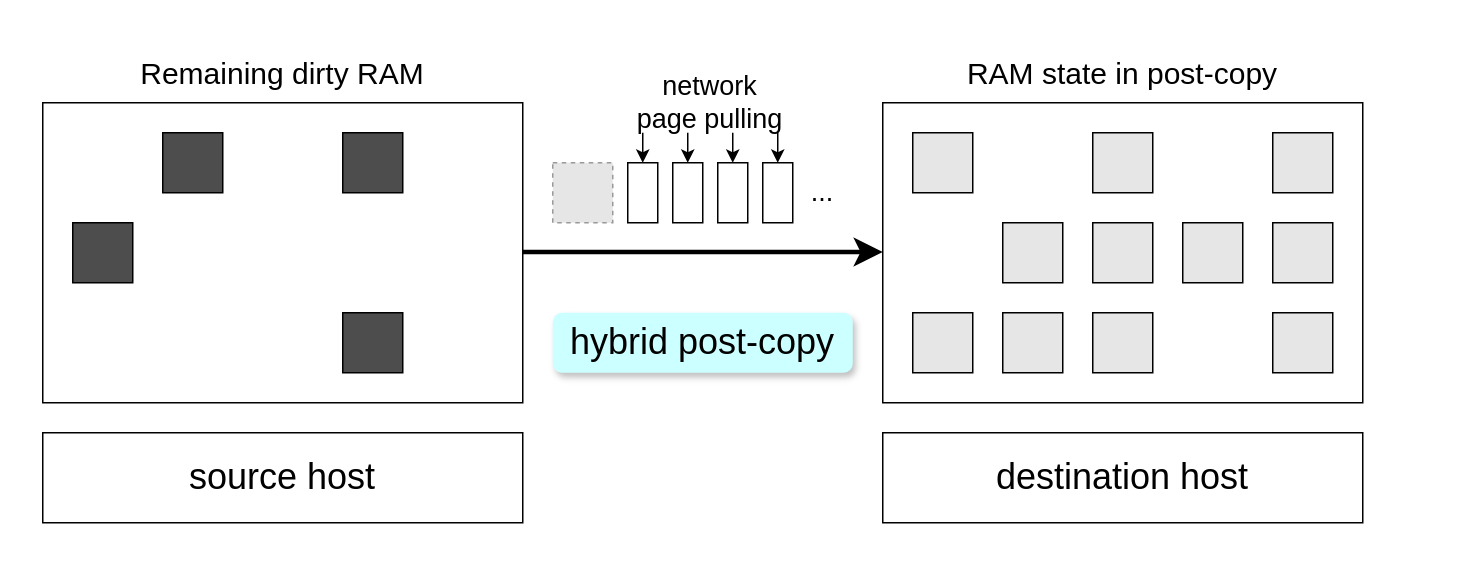
Earlier version of the draw.io diagram final/postcopy vm partition.drawio (xuyizhe1999/drawio). Source tidied: cells renumbered, new cells numbered last; positions are measured from the earlier drawing's top-left corner, leaving out a move shared by most shapes. Both pictures are drawn from the tidied source at 150%, with x=0, y=0 at pixel (42, 42). Pictures stored in the file or linked from it are replaced by grey dashed boxes.
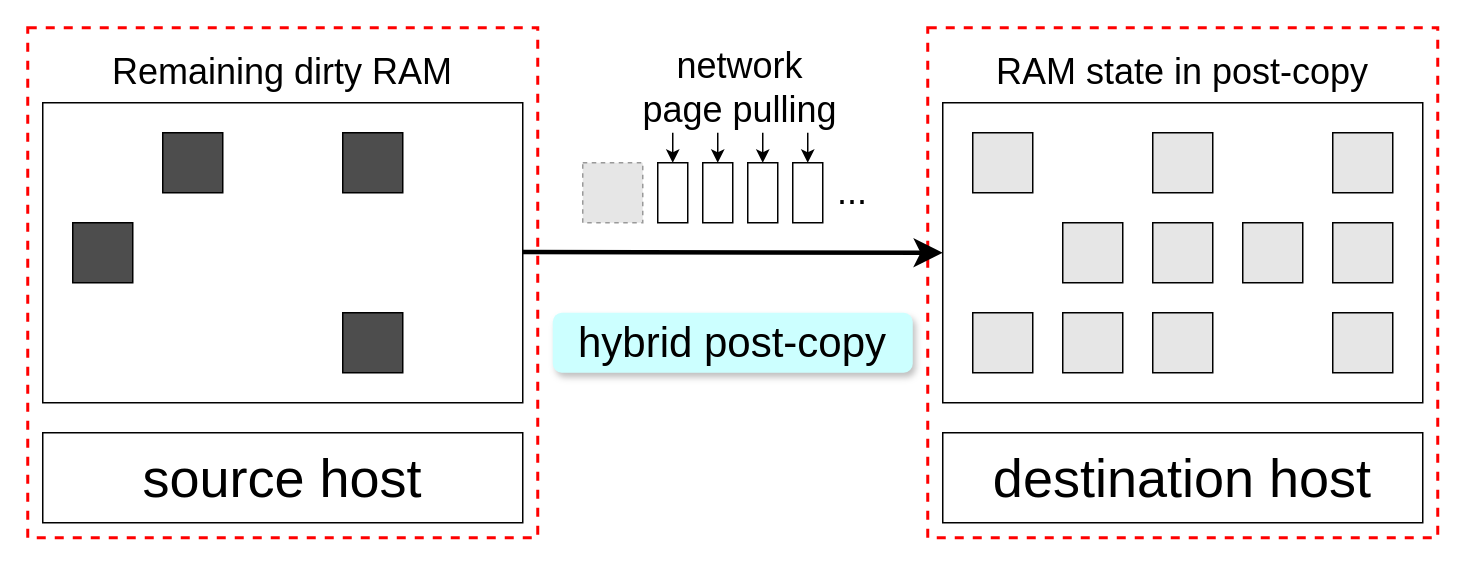
After the change.

The edit, as a diff of the source:
```diff
@@
+    <mxCell id="36" style="rounded=0;whiteSpace=wrap;html=1;fillColor=none;dashed=1;strokeWidth=2;strokeColor=#FF0000;" parent="1" vertex="1">
+      <mxGeometry x="590" y="-10" width="340" height="340" as="geometry" />
+    </mxCell>
+    <mxCell id="37" style="rounded=0;whiteSpace=wrap;html=1;fillColor=none;dashed=1;strokeWidth=2;strokeColor=#FF0000;" parent="1" vertex="1">
+      <mxGeometry x="-10" y="-10" width="340" height="340" as="geometry" />
+    </mxCell>
@@
-    <mxCell id="7" value="&lt;font style=&quot;font-size: 24px;&quot;&gt;source host&lt;/font&gt;" style="rounded=0;whiteSpace=wrap;html=1;" parent="1" vertex="1">
+    <mxCell id="7" value="&lt;font style=&quot;font-size: 36px;&quot;&gt;source host&lt;/font&gt;" style="rounded=0;whiteSpace=wrap;html=1;" parent="1" vertex="1">
       <mxGeometry y="260" width="320" height="60" as="geometry" />
     </mxCell>
-    <mxCell id="8" value="&lt;span style=&quot;font-size: 20px;&quot;&gt;Remaining dirty RAM&lt;/span&gt;" style="text;html=1;strokeColor=none;fillColor=none;align=center;verticalAlign=middle;whiteSpace=wrap;rounded=0;" parent="1" vertex="1">
+    <mxCell id="8" value="&lt;font style=&quot;font-size: 24px;&quot;&gt;Remaining dirty RAM&lt;/font&gt;" style="text;html=1;strokeColor=none;fillColor=none;align=center;verticalAlign=middle;whiteSpace=wrap;rounded=0;" parent="1" vertex="1">
       <mxGeometry width="320" height="40" as="geometry" />
     </mxCell>
-    <mxCell id="9" style="edgeStyle=orthogonalEdgeStyle;rounded=0;orthogonalLoop=1;jettySize=auto;html=1;exitX=1;exitY=0.5;exitDx=0;exitDy=0;entryX=0;entryY=0.5;entryDx=0;entryDy=0;endSize=10;startSize=10;strokeWidth=3;" parent="1" edge="1">
+    <mxCell id="9" style="edgeStyle=orthogonalEdgeStyle;rounded=0;jettySize=auto;html=1;exitX=1;exitY=0.5;exitDx=0;exitDy=0;entryX=0;entryY=0.5;entryDx=0;entryDy=0;endSize=10;startSize=10;strokeWidth=3;" parent="1" edge="1" target="10">
       <mxGeometry relative="1" as="geometry">
         <mxPoint x="320" y="139.5" as="sourcePoint" />
-        <mxPoint x="560" y="139.5" as="targetPoint" />
       </mxGeometry>
     </mxCell>
     <mxCell id="10" style="rounded=0;whiteSpace=wrap;html=1;" parent="1" vertex="1">
-      <mxGeometry x="560" y="40" width="320" height="200" as="geometry" />
+      <mxGeometry x="600" y="40" width="320" height="200" as="geometry" />
     </mxCell>
     <mxCell id="11" style="rounded=0;whiteSpace=wrap;html=1;fillColor=#E6E6E6;" parent="1" vertex="1">
-      <mxGeometry x="580" y="60" width="40" height="40" as="geometry" />
+      <mxGeometry x="620" y="60" width="40" height="40" as="geometry" />
     </mxCell>
     <mxCell id="12" style="rounded=0;whiteSpace=wrap;html=1;fillColor=#E6E6E6;" parent="1" vertex="1">
-      <mxGeometry x="700" y="60" width="40" height="40" as="geometry" />
+      <mxGeometry x="740" y="60" width="40" height="40" as="geometry" />
     </mxCell>
     <mxCell id="13" style="rounded=0;whiteSpace=wrap;html=1;fillColor=#E6E6E6;" parent="1" vertex="1">
-      <mxGeometry x="820" y="60" width="40" height="40" as="geometry" />
+      <mxGeometry x="860" y="60" width="40" height="40" as="geometry" />
     </mxCell>
     <mxCell id="14" style="rounded=0;whiteSpace=wrap;html=1;fillColor=#E6E6E6;" parent="1" vertex="1">
-      <mxGeometry x="640" y="120" width="40" height="40" as="geometry" />
+      <mxGeometry x="680" y="120" width="40" height="40" as="geometry" />
     </mxCell>
     <mxCell id="15" style="rounded=0;whiteSpace=wrap;html=1;fillColor=#E6E6E6;" parent="1" vertex="1">
-      <mxGeometry x="700" y="120" width="40" height="40" as="geometry" />
+      <mxGeometry x="740" y="120" width="40" height="40" as="geometry" />
     </mxCell>
     <mxCell id="16" style="rounded=0;whiteSpace=wrap;html=1;fillColor=#E6E6E6;" parent="1" vertex="1">
-      <mxGeometry x="760" y="120" width="40" height="40" as="geometry" />
+      <mxGeometry x="800" y="120" width="40" height="40" as="geometry" />
     </mxCell>
     <mxCell id="17" style="rounded=0;whiteSpace=wrap;html=1;fillColor=#E6E6E6;" parent="1" vertex="1">
-      <mxGeometry x="820" y="120" width="40" height="40" as="geometry" />
+      <mxGeometry x="860" y="120" width="40" height="40" as="geometry" />
     </mxCell>
     <mxCell id="18" style="rounded=0;whiteSpace=wrap;html=1;fillColor=#E6E6E6;" parent="1" vertex="1">
-      <mxGeometry x="580" y="180" width="40" height="40" as="geometry" />
+      <mxGeometry x="620" y="180" width="40" height="40" as="geometry" />
     </mxCell>
     <mxCell id="19" style="rounded=0;whiteSpace=wrap;html=1;fillColor=#E6E6E6;" parent="1" vertex="1">
-      <mxGeometry x="640" y="180" width="40" height="40" as="geometry" />
+      <mxGeometry x="680" y="180" width="40" height="40" as="geometry" />
     </mxCell>
     <mxCell id="20" style="rounded=0;whiteSpace=wrap;html=1;fillColor=#E6E6E6;" parent="1" vertex="1">
-      <mxGeometry x="700" y="180" width="40" height="40" as="geometry" />
+      <mxGeometry x="740" y="180" width="40" height="40" as="geometry" />
     </mxCell>
     <mxCell id="21" style="rounded=0;whiteSpace=wrap;html=1;fillColor=#E6E6E6;" parent="1" vertex="1">
-      <mxGeometry x="820" y="180" width="40" height="40" as="geometry" />
+      <mxGeometry x="860" y="180" width="40" height="40" as="geometry" />
     </mxCell>
-    <mxCell id="22" value="&lt;font style=&quot;font-size: 24px;&quot;&gt;destination host&lt;/font&gt;" style="rounded=0;whiteSpace=wrap;html=1;" parent="1" vertex="1">
-      <mxGeometry x="560" y="260" width="320" height="60" as="geometry" />
+    <mxCell id="22" value="&lt;font style=&quot;font-size: 36px;&quot;&gt;destination host&lt;/font&gt;" style="rounded=0;whiteSpace=wrap;html=1;" parent="1" vertex="1">
+      <mxGeometry x="600" y="260" width="320" height="60" as="geometry" />
     </mxCell>
-    <mxCell id="23" value="&lt;font style=&quot;font-size: 20px;&quot;&gt;RAM state in post-copy&lt;/font&gt;" style="text;html=1;strokeColor=none;fillColor=none;align=center;verticalAlign=middle;whiteSpace=wrap;rounded=0;" parent="1" vertex="1">
-      <mxGeometry x="560" width="320" height="40" as="geometry" />
+    <mxCell id="23" value="&lt;font style=&quot;font-size: 24px;&quot;&gt;RAM state in post-copy&lt;/font&gt;" style="text;html=1;strokeColor=none;fillColor=none;align=center;verticalAlign=middle;whiteSpace=wrap;rounded=0;" parent="1" vertex="1">
+      <mxGeometry x="600" width="320" height="40" as="geometry" />
     </mxCell>
-    <mxCell id="24" value="&lt;font style=&quot;font-size: 24px;&quot;&gt;hybrid post-copy&lt;/font&gt;" style="text;html=1;strokeColor=none;fillColor=#CCFFFF;align=center;verticalAlign=middle;whiteSpace=wrap;rounded=1;shadow=1;" parent="1" vertex="1">
-      <mxGeometry x="340" y="180" width="200" height="40" as="geometry" />
+    <mxCell id="24" value="&lt;font style=&quot;font-size: 28px;&quot;&gt;hybrid post-copy&lt;/font&gt;" style="text;html=1;strokeColor=none;fillColor=#CCFFFF;align=center;verticalAlign=middle;whiteSpace=wrap;rounded=1;shadow=1;" parent="1" vertex="1">
+      <mxGeometry x="340" y="180" width="240" height="40" as="geometry" />
     </mxCell>
     <mxCell id="25" style="fillColor=#E6E6E6;strokeColor=#999999;dashed=1;html=1;verticalAlign=top;verticalLabelPosition=bottom;labelBackgroundColor=#ffffff;" parent="1" vertex="1">
-      <mxGeometry x="340" y="80" width="40" height="40" as="geometry" />
+      <mxGeometry x="360" y="80" width="40" height="40" as="geometry" />
     </mxCell>
     <mxCell id="26" style="rounded=0;whiteSpace=wrap;html=1;" parent="1" vertex="1">
-      <mxGeometry x="390" y="80" width="20" height="40" as="geometry" />
+      <mxGeometry x="410" y="80" width="20" height="40" as="geometry" />
     </mxCell>
     <mxCell id="27" style="rounded=0;whiteSpace=wrap;html=1;" parent="1" vertex="1">
-      <mxGeometry x="420" y="80" width="20" height="40" as="geometry" />
+      <mxGeometry x="440" y="80" width="20" height="40" as="geometry" />
     </mxCell>
     <mxCell id="28" style="rounded=0;whiteSpace=wrap;html=1;" parent="1" vertex="1">
-      <mxGeometry x="450" y="80" width="20" height="40" as="geometry" />
+      <mxGeometry x="470" y="80" width="20" height="40" as="geometry" />
     </mxCell>
     <mxCell id="29" style="rounded=0;whiteSpace=wrap;html=1;" parent="1" vertex="1">
-      <mxGeometry x="480" y="80" width="20" height="40" as="geometry" />
+      <mxGeometry x="500" y="80" width="20" height="40" as="geometry" />
     </mxCell>
-    <mxCell id="30" value="&lt;font style=&quot;font-size: 18px;&quot;&gt;...&lt;/font&gt;" style="text;html=1;strokeColor=none;fillColor=none;align=center;verticalAlign=middle;whiteSpace=wrap;rounded=0;" parent="1" vertex="1">
-      <mxGeometry x="500" y="80" width="40" height="40" as="geometry" />
+    <mxCell id="30" value="&lt;font style=&quot;font-size: 24px;&quot;&gt;...&lt;/font&gt;" style="text;html=1;strokeColor=none;fillColor=none;align=center;verticalAlign=middle;whiteSpace=wrap;rounded=0;" parent="1" vertex="1">
+      <mxGeometry x="520" y="80" width="40" height="40" as="geometry" />
     </mxCell>
-    <mxCell id="31" value="&lt;font style=&quot;font-size: 18px;&quot;&gt;network&lt;br&gt;page pulling&lt;/font&gt;" style="text;html=1;strokeColor=none;fillColor=none;align=center;verticalAlign=middle;whiteSpace=wrap;rounded=0;" parent="1" vertex="1">
-      <mxGeometry x="370" y="20" width="150" height="40" as="geometry" />
+    <mxCell id="31" value="&lt;font style=&quot;font-size: 24px;&quot;&gt;network&lt;br&gt;page pulling&lt;/font&gt;" style="text;html=1;strokeColor=none;fillColor=none;align=center;verticalAlign=middle;whiteSpace=wrap;rounded=0;" parent="1" vertex="1">
+      <mxGeometry x="390" width="150" height="60" as="geometry" />
     </mxCell>
     <mxCell id="32" style="endArrow=classic;html=1;rounded=0;exitX=0.2;exitY=1;exitDx=0;exitDy=0;exitPerimeter=0;" parent="1" edge="1" source="31">
       <mxGeometry relative="1" as="geometry">
-        <mxPoint x="400" y="80" as="targetPoint" />
+        <mxPoint x="420" y="80" as="targetPoint" />
       </mxGeometry>
     </mxCell>
```
